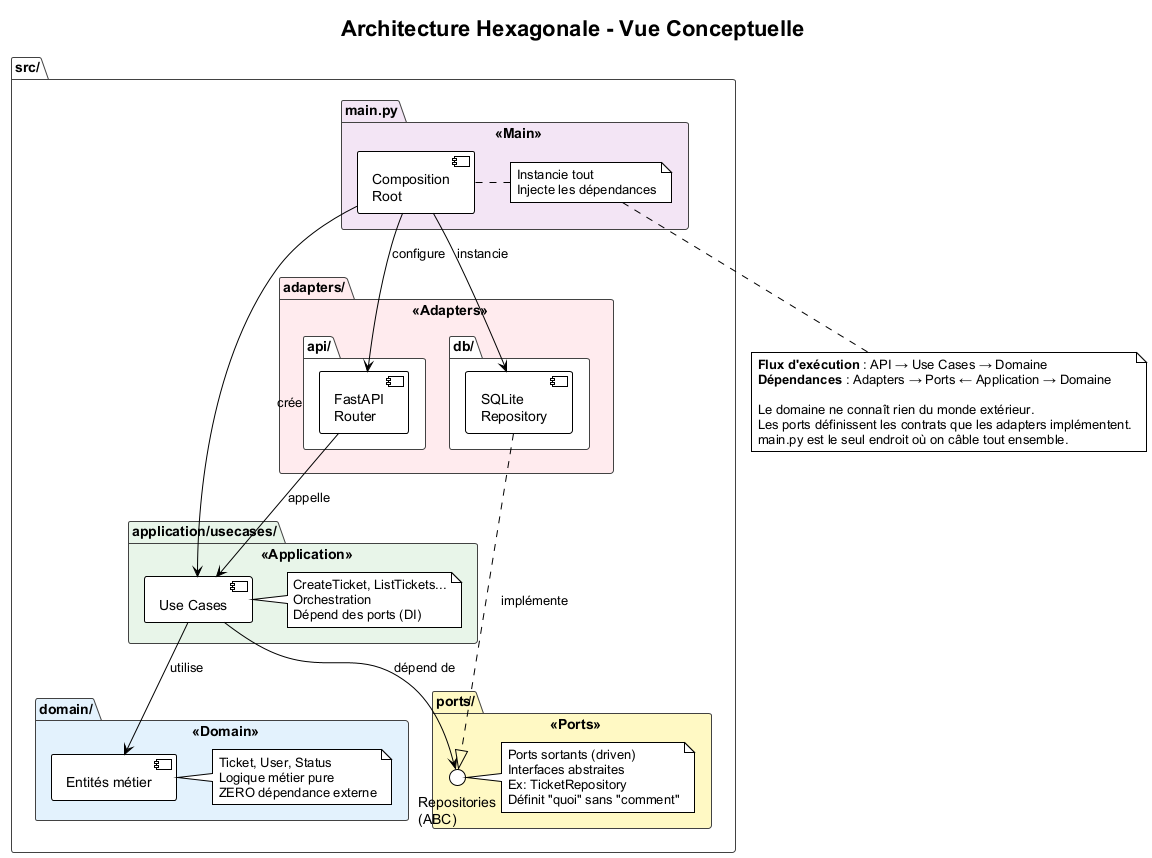
Before: docs/architecture/01_vue_conceptuelle.png, a diagram exported from PlantUML (Marcennaji/architecture-logicielle-BUT2-ressources). Its diagram source:
```plantuml
@startuml
!theme plain
skinparam backgroundColor white
skinparam defaultFontName Arial

title Architecture Hexagonale - Vue Conceptuelle

skinparam package {
  BackgroundColor<<Domain>> #E3F2FD
  BackgroundColor<<Application>> #E8F5E9
  BackgroundColor<<Ports>> #FFF9C4
  BackgroundColor<<Adapters>> #FFEBEE
  BackgroundColor<<Main>> #F3E5F5
  BorderColor #424242
  FontStyle bold
}

package "src/" {

  package "domain/" <<Domain>> {
    [Entités métier]
    note right
      Ticket, User, Status
      Logique métier pure
      ZERO dépendance externe
    end note
  }

  package "ports/" <<Ports>> {
    interface "Repositories\n(ABC)" as repos
    note right
      Ports sortants (driven)
      Interfaces abstraites
      Ex: TicketRepository
      Définit "quoi" sans "comment"
    end note
  }

  package "application/usecases/" <<Application>> {
    [Use Cases]
    note right
      CreateTicket, ListTickets...
      Orchestration
      Dépend des ports (DI)
    end note
  }

  package "adapters/" <<Adapters>> {
    package "api/" {
      [FastAPI\nRouter]
    }

    package "db/" {
      [SQLite\nRepository]
    }
  }

  package "main.py" <<Main>> {
    [Composition\nRoot]
    note right
      Instancie tout
      Injecte les dépendances
    end note
  }
}

[Use Cases] --> [Entités métier] : utilise
[Use Cases] --> repos : dépend de

[SQLite\nRepository] ..|> repos : implémente

[FastAPI\nRouter] --> [Use Cases] : appelle

[Composition\nRoot] --> [FastAPI\nRouter] : configure
[Composition\nRoot] --> [Use Cases] : crée
[Composition\nRoot] --> [SQLite\nRepository] : instancie

note bottom
  **Flux d'exécution** : API → Use Cases → Domaine
  **Dépendances** : Adapters → Ports ← Application → Domaine

  Le domaine ne connaît rien du monde extérieur.
  Les ports définissent les contrats que les adapters implémentent.
  main.py est le seul endroit où on câble tout ensemble.
end note

@enduml
```
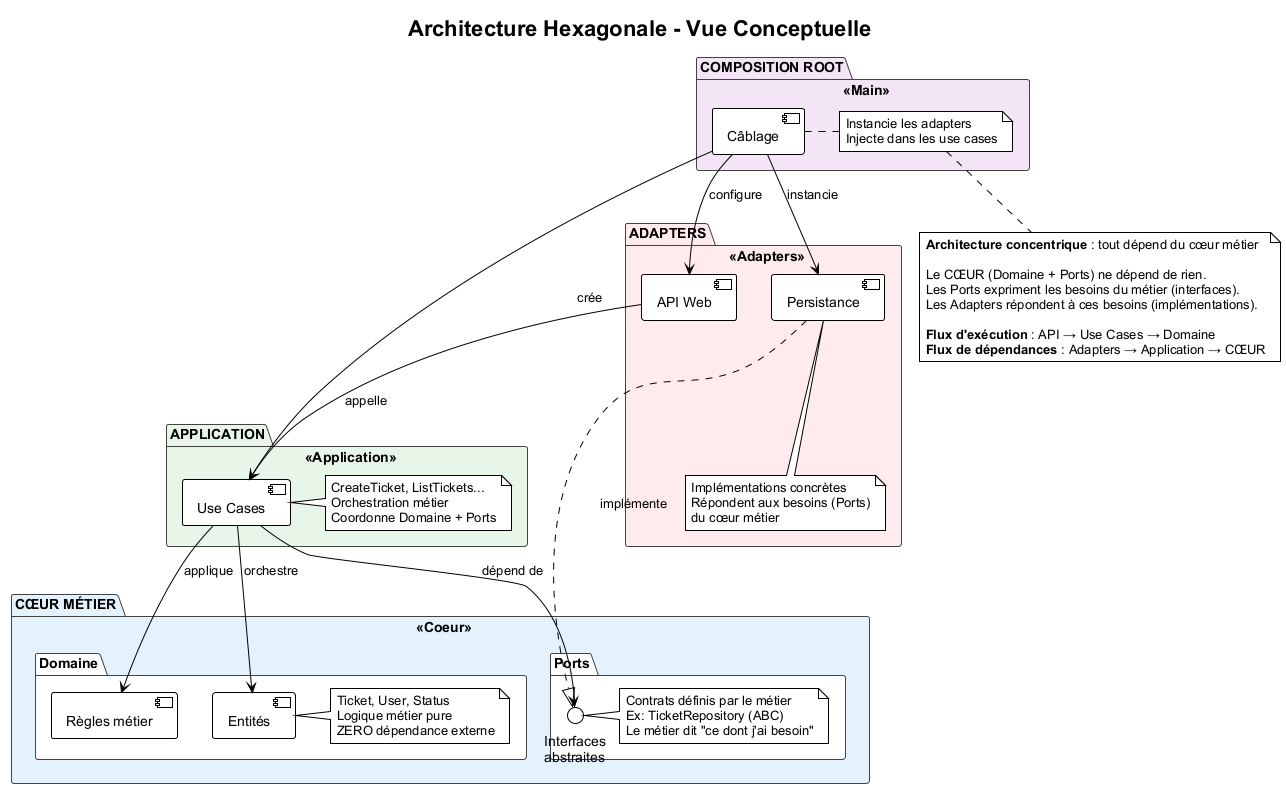
After the change.

Diff of the diagram source:
```diff
@@ -6,82 +6,82 @@
 title Architecture Hexagonale - Vue Conceptuelle
 
 skinparam package {
-  BackgroundColor<<Domain>> #E3F2FD
+  BackgroundColor<<Coeur>> #E3F2FD
   BackgroundColor<<Application>> #E8F5E9
-  BackgroundColor<<Ports>> #FFF9C4
   BackgroundColor<<Adapters>> #FFEBEE
   BackgroundColor<<Main>> #F3E5F5
   BorderColor #424242
   FontStyle bold
 }
 
-package "src/" {
-
-  package "domain/" <<Domain>> {
-    [Entités métier]
-    note right
+package "CŒUR MÉTIER" <<Coeur>> {
+  package "Domaine" {
+    [Entités]
+    [Règles métier]
+    note right of [Entités]
       Ticket, User, Status
       Logique métier pure
       ZERO dépendance externe
     end note
   }
 
-  package "ports/" <<Ports>> {
-    interface "Repositories\n(ABC)" as repos
-    note right
-      Ports sortants (driven)
-      Interfaces abstraites
-      Ex: TicketRepository
-      Définit "quoi" sans "comment"
-    end note
-  }
-
-  package "application/usecases/" <<Application>> {
-    [Use Cases]
-    note right
-      CreateTicket, ListTickets...
-      Orchestration
-      Dépend des ports (DI)
-    end note
-  }
-
-  package "adapters/" <<Adapters>> {
-    package "api/" {
-      [FastAPI\nRouter]
-    }
-
-    package "db/" {
-      [SQLite\nRepository]
-    }
-  }
-
-  package "main.py" <<Main>> {
-    [Composition\nRoot]
-    note right
-      Instancie tout
-      Injecte les dépendances
+  package "Ports" {
+    interface "Interfaces\nabstraites" as ports
+    note right of ports
+      Contrats définis par le métier
+      Ex: TicketRepository (ABC)
+      Le métier dit "ce dont j'ai besoin"
     end note
   }
 }
 
-[Use Cases] --> [Entités métier] : utilise
-[Use Cases] --> repos : dépend de
+package "APPLICATION" <<Application>> {
+  [Use Cases]
+  note right of [Use Cases]
+    CreateTicket, ListTickets...
+    Orchestration métier
+    Coordonne Domaine + Ports
+  end note
+}
 
-[SQLite\nRepository] ..|> repos : implémente
+package "ADAPTERS" <<Adapters>> {
+  [API Web]
+  [Persistance]
+  note bottom of [Persistance]
+    Implémentations concrètes
+    Répondent aux besoins (Ports)
+    du cœur métier
+  end note
+}
 
-[FastAPI\nRouter] --> [Use Cases] : appelle
+package "COMPOSITION ROOT" <<Main>> {
+  [Câblage]
+  note right of [Câblage]
+    Instancie les adapters
+    Injecte dans les use cases
+  end note
+}
 
-[Composition\nRoot] --> [FastAPI\nRouter] : configure
-[Composition\nRoot] --> [Use Cases] : crée
-[Composition\nRoot] --> [SQLite\nRepository] : instancie
+[Use Cases] --> [Entités] : orchestre
+[Use Cases] --> [Règles métier] : applique
+[Use Cases] --> ports : dépend de
+
+[Persistance] ..|> ports : implémente
+[API Web] --> [Use Cases] : appelle
+
+[Câblage] --> [API Web] : configure
+[Câblage] --> [Use Cases] : crée
+[Câblage] --> [Persistance] : instancie
 
 note bottom
+  **Architecture concentrique** : tout dépend du cœur métier
+
+  Le CŒUR (Domaine + Ports) ne dépend de rien.
+  Les Ports expriment les besoins du métier (interfaces).
+  Les Adapters répondent à ces besoins (implémentations).
+
   **Flux d'exécution** : API → Use Cases → Domaine
-  **Dépendances** : Adapters → Ports ← Application → Domaine
-
-  Le domaine ne connaît rien du monde extérieur.
-  Les ports définissent les contrats que les adapters implémentent.
-  main.py est le seul endroit où on câble tout ensemble.
+  **Flux de dépendances** : Adapters → Application → CŒUR
 end note
 
 @enduml
```
